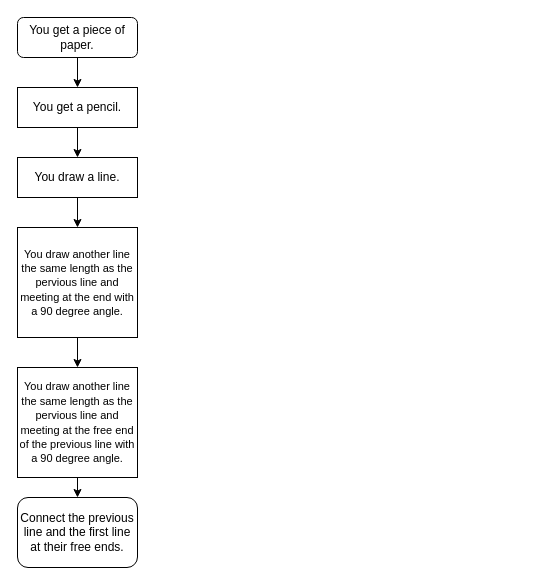
Earlier version of the draw.io diagram AP CSP 2.1 Exercise.drawio (ChloeXZheng/Flowcharts). Source tidied: cells renumbered, new cells numbered last; positions are measured from the earlier drawing's top-left corner, leaving out a move shared by most shapes. Both pictures are drawn from the tidied source at 100%, with x=0, y=0 at pixel (17, 17).
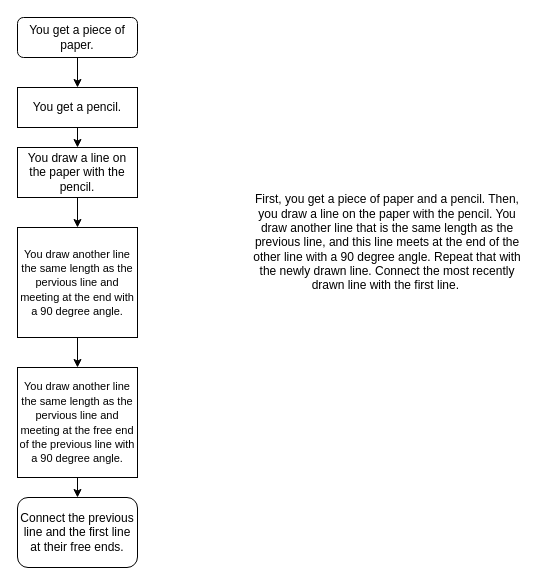
The same page after the edit.

Change to the diagram source:
```diff
@@
 <mxGraphModel>
   <root>
     <mxCell id="0" />
     <mxCell id="1" parent="0" />
     <mxCell id="2" style="edgeStyle=orthogonalEdgeStyle;rounded=0;jettySize=auto;html=1;exitX=0.5;exitY=1;exitDx=0;exitDy=0;" parent="1" edge="1" source="3" target="6">
       <mxGeometry relative="1" as="geometry" />
     </mxCell>
     <mxCell id="3" value="You get a piece of paper." style="rounded=1;whiteSpace=wrap;html=1;fontSize=12;glass=0;strokeWidth=1;shadow=0;" parent="1" vertex="1">
       <mxGeometry width="120" height="40" as="geometry" />
     </mxCell>
     <mxCell id="4" value="Connect the previous line and the first line at their free ends." style="rounded=1;whiteSpace=wrap;html=1;fontSize=12;glass=0;strokeWidth=1;shadow=0;" parent="1" vertex="1">
       <mxGeometry y="480" width="120" height="70" as="geometry" />
     </mxCell>
     <mxCell id="5" style="edgeStyle=orthogonalEdgeStyle;rounded=0;jettySize=auto;html=1;exitX=0.5;exitY=1;exitDx=0;exitDy=0;entryX=0.5;entryY=0;entryDx=0;entryDy=0;" parent="1" edge="1" source="6" target="8">
       <mxGeometry relative="1" as="geometry" />
     </mxCell>
     <mxCell id="6" value="You get a pencil." style="rounded=0;whiteSpace=wrap;html=1;" parent="1" vertex="1">
       <mxGeometry y="70" width="120" height="40" as="geometry" />
     </mxCell>
     <mxCell id="7" style="edgeStyle=orthogonalEdgeStyle;rounded=0;jettySize=auto;html=1;exitX=0.5;exitY=1;exitDx=0;exitDy=0;entryX=0.5;entryY=0;entryDx=0;entryDy=0;" parent="1" edge="1" source="8" target="10">
       <mxGeometry relative="1" as="geometry" />
     </mxCell>
-    <mxCell id="8" value="You draw a line." style="rounded=0;whiteSpace=wrap;html=1;" parent="1" vertex="1">
-      <mxGeometry y="140" width="120" height="40" as="geometry" />
+    <mxCell id="8" value="You draw a line on the paper with the pencil." style="rounded=0;whiteSpace=wrap;html=1;" parent="1" vertex="1">
+      <mxGeometry y="130" width="120" height="50" as="geometry" />
     </mxCell>
     <mxCell id="9" style="edgeStyle=orthogonalEdgeStyle;rounded=0;jettySize=auto;html=1;exitX=0.5;exitY=1;exitDx=0;exitDy=0;entryX=0.5;entryY=0;entryDx=0;entryDy=0;" parent="1" edge="1" source="10" target="12">
       <mxGeometry relative="1" as="geometry" />
     </mxCell>
     <mxCell id="10" value="&lt;font style=&quot;font-size: 11px;&quot;&gt;You draw another line the same length as the pervious line and meeting at the end with a 90 degree angle.&lt;/font&gt;" style="rounded=0;whiteSpace=wrap;html=1;" parent="1" vertex="1">
       <mxGeometry y="210" width="120" height="110" as="geometry" />
     </mxCell>
     <mxCell id="11" style="edgeStyle=orthogonalEdgeStyle;rounded=0;jettySize=auto;html=1;exitX=0.5;exitY=1;exitDx=0;exitDy=0;entryX=0.5;entryY=0;entryDx=0;entryDy=0;" parent="1" edge="1" source="12" target="4">
       <mxGeometry relative="1" as="geometry" />
     </mxCell>
     <mxCell id="12" value="&lt;font style=&quot;font-size: 11px;&quot;&gt;You draw another line the same length as the pervious line and meeting at the free end of the previous line with a 90 degree angle.&lt;/font&gt;" style="rounded=0;whiteSpace=wrap;html=1;" parent="1" vertex="1">
       <mxGeometry y="350" width="120" height="110" as="geometry" />
     </mxCell>
+    <mxCell id="13" value="First, you get a piece of paper and a pencil. Then, you draw a line on the paper with the pencil. You draw another line that is the same length as the previous line, and this line meets at the end of the other line with a 90 degree angle. Repeat that with the newly drawn line. Connect the most recently drawn line with the first line.&amp;nbsp;" style="text;html=1;strokeColor=none;fillColor=none;align=center;verticalAlign=middle;whiteSpace=wrap;rounded=0;" parent="1" vertex="1">
+      <mxGeometry x="230" y="130" width="280" height="190" as="geometry" />
+    </mxCell>
   </root>
 </mxGraphModel>
```
